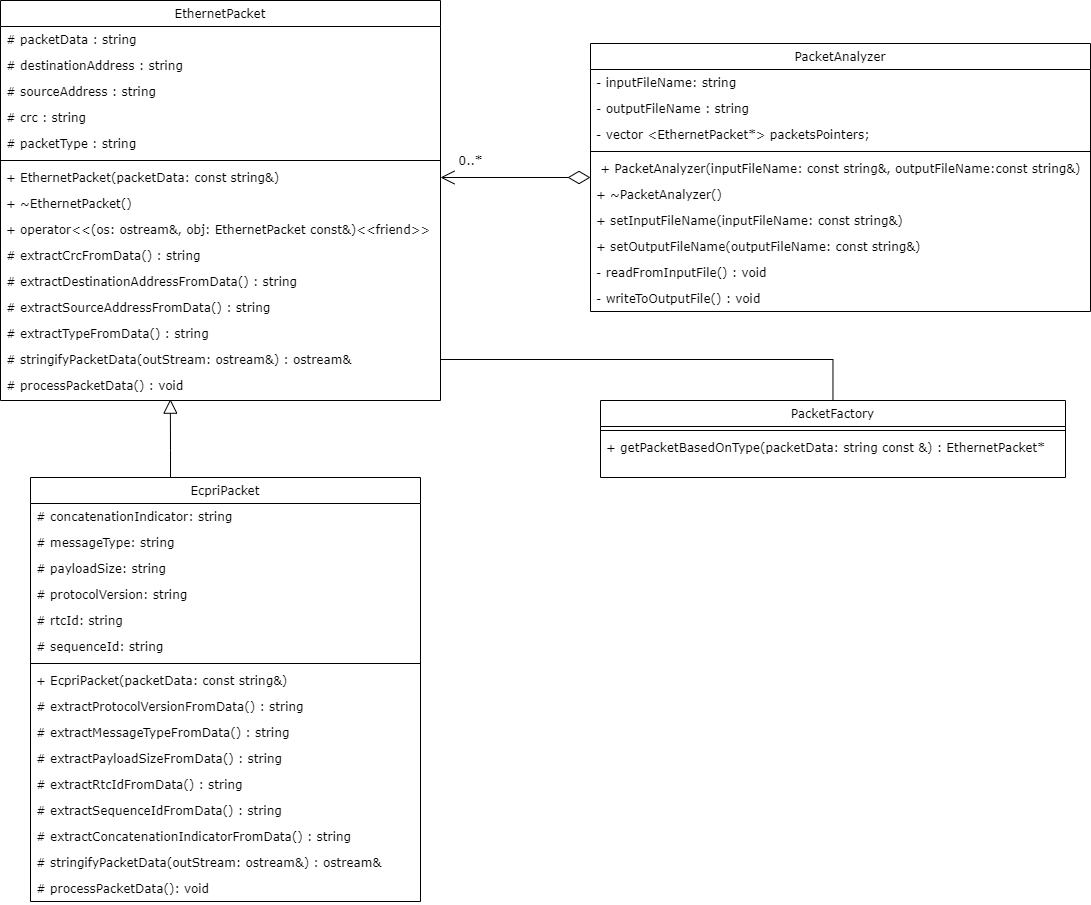
The draw.io diagram UML_Diagram.png in fadiakhaledd/Packet-Analyzer, before a commit. Source tidied: cells renumbered, new cells last; positions are measured from the earlier drawing's top-left corner, leaving out a move shared by most shapes.
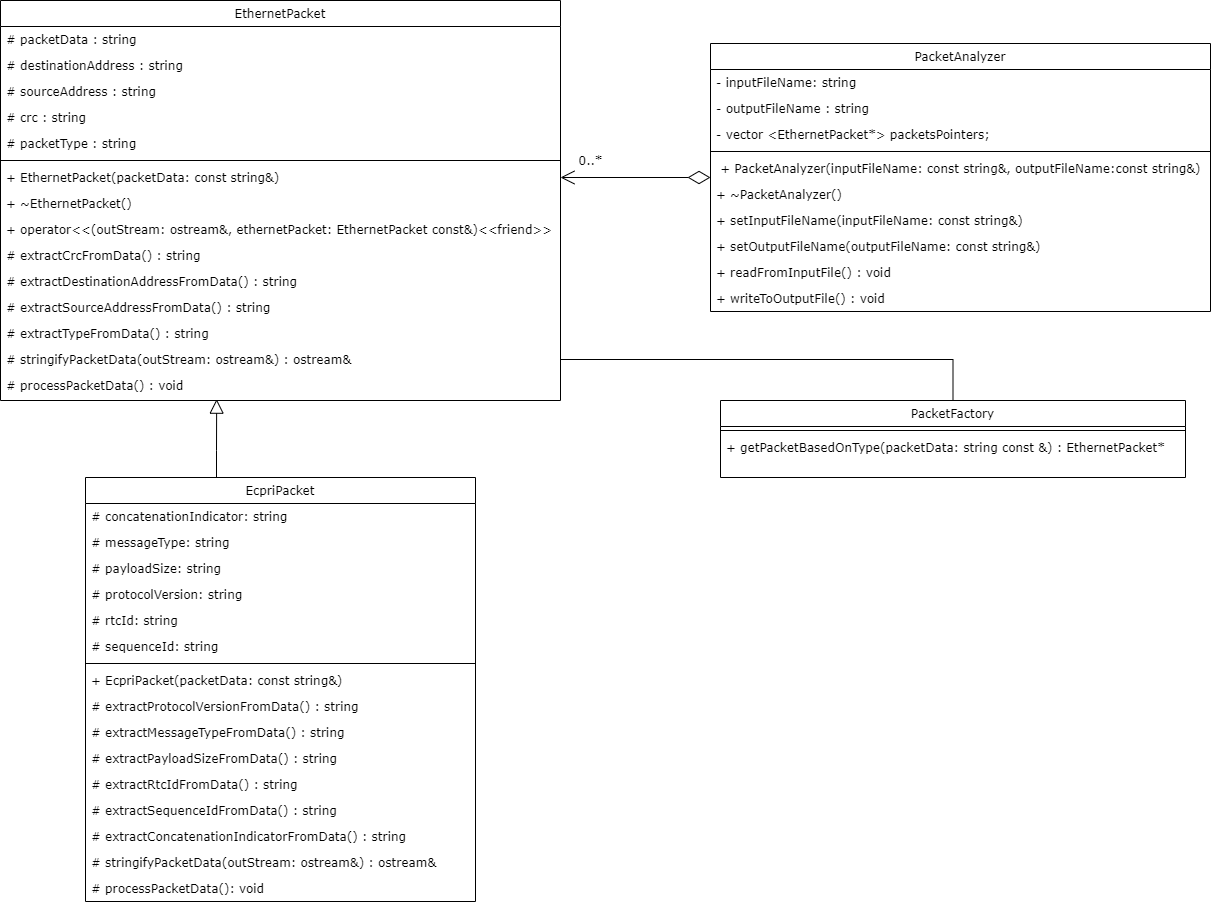
After the commit.

Diff of the diagram source:
```diff
@@ -3,63 +3,63 @@
     <mxCell id="0" />
     <mxCell id="1" parent="0" />
     <mxCell id="2" value="EthernetPacket" style="swimlane;fontStyle=0;align=center;verticalAlign=top;horizontal=1;startSize=26;rounded=0;shadow=0;strokeWidth=1;fontFamily=Verdana;" parent="1" vertex="1">
-      <mxGeometry width="440" height="400" as="geometry" />
+      <mxGeometry x="-120" width="560" height="400" as="geometry" />
     </mxCell>
     <mxCell id="3" value="# packetData : string" style="text;align=left;verticalAlign=top;spacingLeft=4;spacingRight=4;overflow=hidden;fontFamily=Verdana;" parent="2" vertex="1">
-      <mxGeometry y="26" width="440" height="26" as="geometry" />
+      <mxGeometry y="26" width="560" height="26" as="geometry" />
     </mxCell>
     <mxCell id="4" value="# destinationAddress : string" style="text;align=left;verticalAlign=top;spacingLeft=4;spacingRight=4;overflow=hidden;fontFamily=Verdana;" parent="2" vertex="1">
-      <mxGeometry y="52" width="440" height="26" as="geometry" />
+      <mxGeometry y="52" width="560" height="26" as="geometry" />
     </mxCell>
     <mxCell id="5" value="# sourceAddress : string" style="text;align=left;verticalAlign=top;spacingLeft=4;spacingRight=4;overflow=hidden;fontFamily=Verdana;" parent="2" vertex="1">
-      <mxGeometry y="78" width="440" height="26" as="geometry" />
+      <mxGeometry y="78" width="560" height="26" as="geometry" />
     </mxCell>
     <mxCell id="6" value="# crc : string" style="text;align=left;verticalAlign=top;spacingLeft=4;spacingRight=4;overflow=hidden;fontFamily=Verdana;" parent="2" vertex="1">
-      <mxGeometry y="104" width="440" height="26" as="geometry" />
+      <mxGeometry y="104" width="560" height="26" as="geometry" />
     </mxCell>
     <mxCell id="7" value="# packetType : string" style="text;align=left;verticalAlign=top;spacingLeft=4;spacingRight=4;overflow=hidden;fontFamily=Verdana;" parent="2" vertex="1">
-      <mxGeometry y="130" width="440" height="26" as="geometry" />
+      <mxGeometry y="130" width="560" height="26" as="geometry" />
     </mxCell>
     <mxCell id="8" style="line;html=1;strokeWidth=1;align=left;verticalAlign=middle;spacingTop=-1;spacingLeft=3;spacingRight=3;labelPosition=right;fontFamily=Verdana;" parent="2" vertex="1">
-      <mxGeometry y="156" width="440" height="8" as="geometry" />
+      <mxGeometry y="156" width="560" height="8" as="geometry" />
     </mxCell>
     <mxCell id="9" value="+ EthernetPacket(packetData: const string&amp;)&#10;" style="text;align=left;verticalAlign=top;spacingLeft=4;spacingRight=4;overflow=hidden;points=[[0,0.5],[1,0.5]];portConstraint=eastwest;fontFamily=Verdana;" parent="2" vertex="1">
-      <mxGeometry y="164" width="440" height="26" as="geometry" />
+      <mxGeometry y="164" width="560" height="26" as="geometry" />
     </mxCell>
     <mxCell id="10" value="+ ~EthernetPacket()&#10;" style="text;align=left;verticalAlign=top;spacingLeft=4;spacingRight=4;overflow=hidden;fontFamily=Verdana;" parent="2" vertex="1">
-      <mxGeometry y="190" width="440" height="26" as="geometry" />
+      <mxGeometry y="190" width="560" height="26" as="geometry" />
     </mxCell>
-    <mxCell id="11" value="+ operator&lt;&lt;(os: ostream&amp;, obj: EthernetPacket const&amp;)&lt;&lt;friend&gt;&gt;" style="text;align=left;verticalAlign=top;spacingLeft=4;spacingRight=4;overflow=hidden;fontFamily=Verdana;" parent="2" vertex="1">
-      <mxGeometry y="216" width="440" height="26" as="geometry" />
+    <mxCell id="11" value="+ operator&lt;&lt;(outStream: ostream&amp;, ethernetPacket: EthernetPacket const&amp;)&lt;&lt;friend&gt;&gt;" style="text;align=left;verticalAlign=top;spacingLeft=4;spacingRight=4;overflow=hidden;fontFamily=Verdana;labelBackgroundColor=none;" parent="2" vertex="1">
+      <mxGeometry y="216" width="560" height="26" as="geometry" />
     </mxCell>
     <mxCell id="12" value="# extractCrcFromData() : string&#10;" style="text;align=left;verticalAlign=top;spacingLeft=4;spacingRight=4;overflow=hidden;fontFamily=Verdana;" parent="2" vertex="1">
-      <mxGeometry y="242" width="440" height="26" as="geometry" />
+      <mxGeometry y="242" width="560" height="26" as="geometry" />
     </mxCell>
     <mxCell id="13" value="# extractDestinationAddressFromData() : string&#10;" style="text;align=left;verticalAlign=top;spacingLeft=4;spacingRight=4;overflow=hidden;fontFamily=Verdana;" parent="2" vertex="1">
-      <mxGeometry y="268" width="440" height="26" as="geometry" />
+      <mxGeometry y="268" width="560" height="26" as="geometry" />
     </mxCell>
     <mxCell id="14" value="# extractSourceAddressFromData() : string&#10;" style="text;align=left;verticalAlign=top;spacingLeft=4;spacingRight=4;overflow=hidden;fontFamily=Verdana;" parent="2" vertex="1">
-      <mxGeometry y="294" width="440" height="26" as="geometry" />
+      <mxGeometry y="294" width="560" height="26" as="geometry" />
     </mxCell>
     <mxCell id="15" value="# extractTypeFromData() : string&#10;" style="text;align=left;verticalAlign=top;spacingLeft=4;spacingRight=4;overflow=hidden;fontFamily=Verdana;" parent="2" vertex="1">
-      <mxGeometry y="320" width="440" height="26" as="geometry" />
+      <mxGeometry y="320" width="560" height="26" as="geometry" />
     </mxCell>
     <mxCell id="16" value="# stringifyPacketData(outStream: ostream&amp;) : ostream&amp;&#10;" style="text;align=left;verticalAlign=top;spacingLeft=4;spacingRight=4;overflow=hidden;points=[[0,0.5],[1,0.5]];portConstraint=eastwest;fontFamily=Verdana;" parent="2" vertex="1">
-      <mxGeometry y="346" width="440" height="26" as="geometry" />
+      <mxGeometry y="346" width="560" height="26" as="geometry" />
     </mxCell>
     <mxCell id="17" value="# processPacketData() : void&#10;" style="text;align=left;verticalAlign=top;spacingLeft=4;spacingRight=4;overflow=hidden;points=[[0,0.5],[1,0.5]];portConstraint=eastwest;fontFamily=Verdana;" parent="2" vertex="1">
-      <mxGeometry y="372" width="440" height="26" as="geometry" />
+      <mxGeometry y="372" width="560" height="26" as="geometry" />
     </mxCell>
     <mxCell id="18" style="edgeStyle=orthogonalEdgeStyle;rounded=0;jettySize=auto;html=1;entryX=0.386;entryY=1.026;entryDx=0;entryDy=0;entryPerimeter=0;endArrow=block;endFill=0;fontFamily=Verdana;endSize=12;" parent="1" edge="1" source="19" target="17">
       <mxGeometry relative="1" as="geometry">
         <Array as="points">
-          <mxPoint x="170" y="450" />
-          <mxPoint x="170" y="450" />
+          <mxPoint x="96" y="450" />
+          <mxPoint x="96" y="450" />
         </Array>
       </mxGeometry>
     </mxCell>
     <mxCell id="19" value="EcpriPacket" style="swimlane;fontStyle=0;align=center;verticalAlign=top;horizontal=1;startSize=26;rounded=0;shadow=0;strokeWidth=1;fontFamily=Verdana;" parent="1" vertex="1">
-      <mxGeometry x="30" y="477" width="390" height="424" as="geometry" />
+      <mxGeometry x="-35" y="477" width="390" height="424" as="geometry" />
     </mxCell>
     <mxCell id="20" value="# concatenationIndicator: string" style="text;align=left;verticalAlign=top;spacingLeft=4;spacingRight=4;overflow=hidden;fontFamily=Verdana;" parent="19" vertex="1">
       <mxGeometry y="26" width="390" height="26" as="geometry" />
@@ -139,10 +139,10 @@
     <mxCell id="45" value="+ setOutputFileName(outputFileName: const string&amp;)" style="text;align=left;verticalAlign=top;spacingLeft=4;spacingRight=4;overflow=hidden;fontFamily=Verdana;" parent="37" vertex="1">
       <mxGeometry y="190" width="500" height="26" as="geometry" />
     </mxCell>
-    <mxCell id="46" value="- readFromInputFile() : void" style="text;align=left;verticalAlign=top;spacingLeft=4;spacingRight=4;overflow=hidden;fontFamily=Verdana;" parent="37" vertex="1">
+    <mxCell id="46" value="+ readFromInputFile() : void" style="text;align=left;verticalAlign=top;spacingLeft=4;spacingRight=4;overflow=hidden;fontFamily=Verdana;" parent="37" vertex="1">
       <mxGeometry y="216" width="500" height="26" as="geometry" />
     </mxCell>
-    <mxCell id="47" value="- writeToOutputFile() : void" style="text;align=left;verticalAlign=top;spacingLeft=4;spacingRight=4;overflow=hidden;fontFamily=Verdana;" parent="37" vertex="1">
+    <mxCell id="47" value="+ writeToOutputFile() : void" style="text;align=left;verticalAlign=top;spacingLeft=4;spacingRight=4;overflow=hidden;fontFamily=Verdana;" parent="37" vertex="1">
       <mxGeometry y="242" width="500" height="26" as="geometry" />
     </mxCell>
     <mxCell id="48" style="edgeStyle=orthogonalEdgeStyle;rounded=0;jettySize=auto;html=1;entryX=1;entryY=0.5;entryDx=0;entryDy=0;endArrow=none;endFill=0;endSize=12;fontFamily=Verdana;" parent="1" edge="1" source="49" target="16">
```
